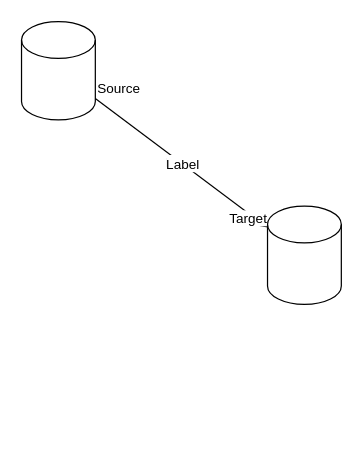
ruimo/test keeps this draw.io diagram as Untitled Diagram.drawio. Above is the earlier version. Source tidied: cells renumbered, new cells numbered last; positions are measured from the earlier drawing's top-left corner, leaving out a move shared by most shapes. Both pictures are drawn from the tidied source at 123%, with x=0, y=0 at pixel (21, 21).
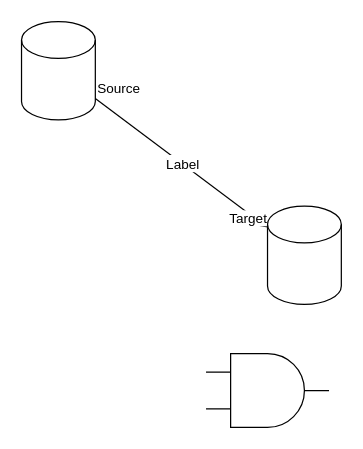
Above is the later version.

The edit, as a diff of the source:
```diff
@@
 <mxGraphModel>
   <root>
     <mxCell id="0" />
     <mxCell id="1" parent="0" />
     <mxCell id="2" style="shape=cylinder2;whiteSpace=wrap;html=1;boundedLbl=1;backgroundOutline=1;size=15;" parent="1" vertex="1">
       <mxGeometry width="60" height="80" as="geometry" />
     </mxCell>
     <mxCell id="3" style="shape=cylinder2;whiteSpace=wrap;html=1;boundedLbl=1;backgroundOutline=1;size=15;" parent="1" vertex="1">
       <mxGeometry x="200" y="150" width="60" height="80" as="geometry" />
     </mxCell>
     <mxCell id="4" value="Label" style="endArrow=classic;html=1;" parent="1" edge="1" source="2" target="3">
       <mxGeometry relative="1" as="geometry" />
     </mxCell>
     <mxCell id="5" value="Label" style="edgeLabel;html=1;align=center;verticalAlign=middle;" parent="4" vertex="1">
       <mxGeometry relative="1" as="geometry" />
     </mxCell>
     <mxCell id="6" value="Source" style="edgeLabel;html=1;align=left;verticalAlign=bottom;" parent="4" vertex="1">
       <mxGeometry x="-1" relative="1" as="geometry" />
     </mxCell>
     <mxCell id="7" value="Target" style="edgeLabel;html=1;align=right;verticalAlign=bottom;" parent="4" vertex="1">
       <mxGeometry x="1" relative="1" as="geometry" />
     </mxCell>
+    <mxCell id="8" style="verticalLabelPosition=bottom;shadow=0;dashed=0;align=center;html=1;verticalAlign=top;shape=mxgraph.electrical.logic_gates.logic_gate;operation=and;" parent="1" vertex="1">
+      <mxGeometry x="150" y="270" width="100" height="60" as="geometry" />
+    </mxCell>
   </root>
 </mxGraphModel>
```
